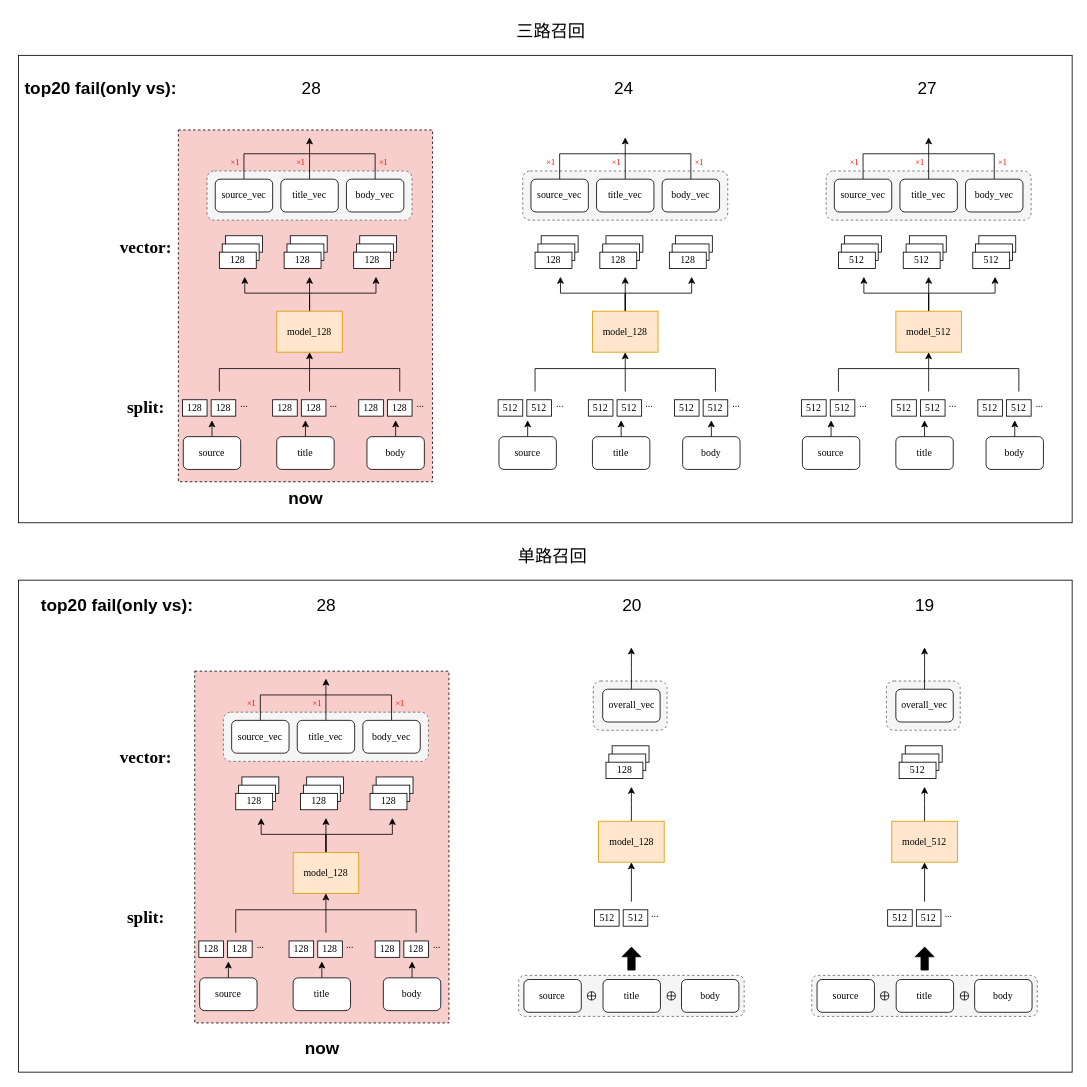
The draw.io diagram Paper replay/未命名绘图.drawio in kingkingofall/school_project, before the edit. Source tidied: cells renumbered, new cells numbered last; positions are measured from the earlier drawing's top-left corner, leaving out a move shared by most shapes. Both pictures are drawn from the tidied source at 82%, with x=0, y=0 at pixel (14, 14).
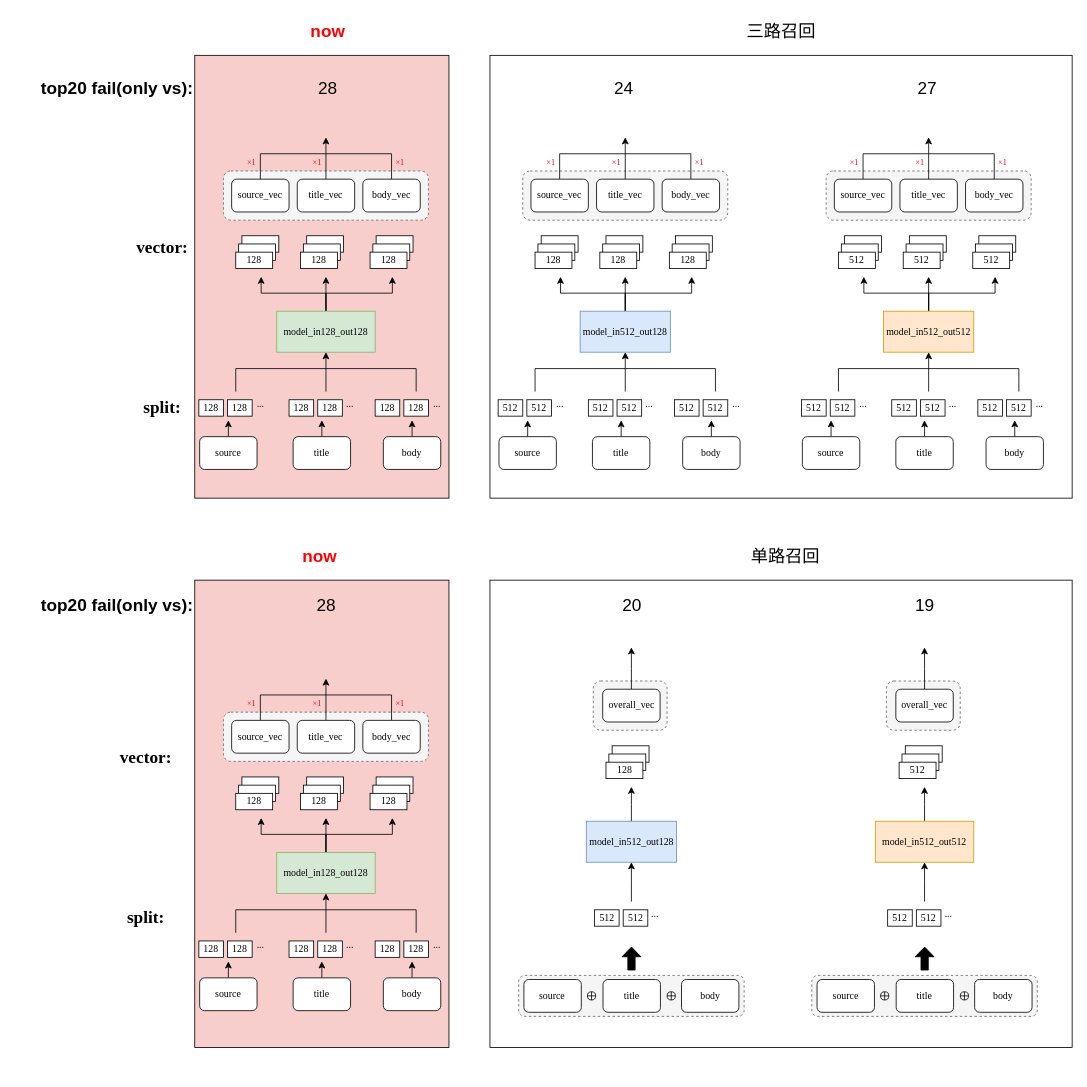
The same page after the edit.

Commit message:
更新未命名绘图.drawio

Change to the diagram source:
```diff
@@
     <mxCell id="2" style="rounded=0;whiteSpace=wrap;html=1;" parent="1" vertex="1">
-      <mxGeometry x="5" y="50" width="1285" height="570" as="geometry" />
+      <mxGeometry x="580" y="50" width="710" height="540" as="geometry" />
     </mxCell>
-    <mxCell id="3" style="rounded=0;whiteSpace=wrap;html=1;fillColor=#f8cecc;strokeColor=#000000;dashed=1;" parent="1" vertex="1">
-      <mxGeometry x="200" y="141" width="310" height="429" as="geometry" />
+    <mxCell id="3" style="rounded=0;whiteSpace=wrap;html=1;fillColor=#f8cecc;strokeColor=#000000;" parent="1" vertex="1">
+      <mxGeometry x="220" y="50" width="310" height="540" as="geometry" />
     </mxCell>
     <mxCell id="4" style="rounded=0;whiteSpace=wrap;html=1;" parent="1" vertex="1">
-      <mxGeometry x="5" y="690" width="1285" height="600" as="geometry" />
+      <mxGeometry x="580" y="690" width="710" height="570" as="geometry" />
     </mxCell>
@@
     <mxCell id="6" style="rounded=0;whiteSpace=wrap;html=1;fontFamily=Times New Roman;" parent="1" vertex="1">
-      <mxGeometry x="257.5" y="270" width="45" height="20" as="geometry" />
+      <mxGeometry x="277.5" y="270" width="45" height="20" as="geometry" />
     </mxCell>
     <mxCell id="7" style="rounded=0;whiteSpace=wrap;html=1;fontFamily=Times New Roman;" parent="1" vertex="1">
-      <mxGeometry x="253.5" y="280" width="45" height="20" as="geometry" />
+      <mxGeometry x="273.5" y="280" width="45" height="20" as="geometry" />
     </mxCell>
     <mxCell id="8" style="rounded=1;whiteSpace=wrap;html=1;fillColor=#f5f5f5;fontColor=#333333;strokeColor=#666666;dashed=1;fontFamily=Times New Roman;" parent="1" vertex="1">
-      <mxGeometry x="235" y="191" width="250" height="60" as="geometry" />
+      <mxGeometry x="255" y="191" width="250" height="60" as="geometry" />
     </mxCell>
     <mxCell id="9" style="edgeStyle=orthogonalEdgeStyle;rounded=0;jettySize=auto;html=1;fontFamily=Times New Roman;" parent="1" edge="1" source="10">
       <mxGeometry relative="1" as="geometry">
-        <mxPoint x="360" y="150" as="targetPoint" />
+        <mxPoint x="380" y="150" as="targetPoint" />
       </mxGeometry>
     </mxCell>
     <mxCell id="10" value="title_vec" style="rounded=1;whiteSpace=wrap;html=1;fontFamily=Times New Roman;" parent="1" vertex="1">
-      <mxGeometry x="325" y="201" width="70" height="40" as="geometry" />
+      <mxGeometry x="345" y="201" width="70" height="40" as="geometry" />
     </mxCell>
     <mxCell id="11" style="edgeStyle=orthogonalEdgeStyle;rounded=0;jettySize=auto;html=1;endArrow=none;endFill=0;fontFamily=Times New Roman;" parent="1" edge="1" source="12">
       <mxGeometry relative="1" as="geometry">
-        <mxPoint x="360" y="170" as="targetPoint" />
+        <mxPoint x="380" y="170" as="targetPoint" />
         <Array as="points">
-          <mxPoint x="280" y="170" />
+          <mxPoint x="300" y="170" />
         </Array>
       </mxGeometry>
     </mxCell>
     <mxCell id="12" value="source_vec" style="rounded=1;whiteSpace=wrap;html=1;fontFamily=Times New Roman;" parent="1" vertex="1">
-      <mxGeometry x="245" y="201" width="70" height="40" as="geometry" />
+      <mxGeometry x="265" y="201" width="70" height="40" as="geometry" />
     </mxCell>
     <mxCell id="13" style="edgeStyle=orthogonalEdgeStyle;rounded=0;jettySize=auto;html=1;endArrow=none;endFill=0;fontFamily=Times New Roman;" parent="1" edge="1" source="14">
       <mxGeometry relative="1" as="geometry">
-        <mxPoint x="360" y="170" as="targetPoint" />
+        <mxPoint x="380" y="170" as="targetPoint" />
         <Array as="points">
-          <mxPoint x="440" y="170" />
+          <mxPoint x="460" y="170" />
         </Array>
       </mxGeometry>
     </mxCell>
     <mxCell id="14" value="body_vec" style="rounded=1;whiteSpace=wrap;html=1;fontFamily=Times New Roman;" parent="1" vertex="1">
-      <mxGeometry x="405" y="201" width="70" height="40" as="geometry" />
+      <mxGeometry x="425" y="201" width="70" height="40" as="geometry" />
     </mxCell>
     <mxCell id="15" value="&lt;font style=&quot;font-size: 10px;&quot; color=&quot;#ff0000&quot;&gt;×1&lt;/font&gt;" style="text;html=1;align=center;verticalAlign=middle;strokeColor=none;fillColor=none;fontFamily=Times New Roman;" parent="1" vertex="1">
-      <mxGeometry x="254" y="165" width="30" height="30" as="geometry" />
+      <mxGeometry x="274" y="165" width="30" height="30" as="geometry" />
     </mxCell>
     <mxCell id="16" value="&lt;font style=&quot;font-size: 10px;&quot; color=&quot;#ff0000&quot;&gt;×1&lt;/font&gt;" style="text;html=1;align=center;verticalAlign=middle;strokeColor=none;fillColor=none;fontFamily=Times New Roman;" parent="1" vertex="1">
-      <mxGeometry x="334" y="165" width="30" height="30" as="geometry" />
+      <mxGeometry x="354" y="165" width="30" height="30" as="geometry" />
     </mxCell>
     <mxCell id="17" value="&lt;font style=&quot;font-size: 10px;&quot; color=&quot;#ff0000&quot;&gt;×1&lt;/font&gt;" style="text;html=1;align=center;verticalAlign=middle;strokeColor=none;fillColor=none;fontFamily=Times New Roman;" parent="1" vertex="1">
-      <mxGeometry x="435" y="165" width="30" height="30" as="geometry" />
+      <mxGeometry x="455" y="165" width="30" height="30" as="geometry" />
     </mxCell>
     <mxCell id="18" style="edgeStyle=orthogonalEdgeStyle;rounded=0;jettySize=auto;html=1;fontFamily=Times New Roman;" parent="1" edge="1" source="21">
       <mxGeometry relative="1" as="geometry">
-        <mxPoint x="281" y="320" as="targetPoint" />
+        <mxPoint x="301" y="320" as="targetPoint" />
         <Array as="points">
-          <mxPoint x="360" y="340" />
-          <mxPoint x="281" y="340" />
-          <mxPoint x="281" y="320" />
+          <mxPoint x="380" y="340" />
+          <mxPoint x="301" y="340" />
+          <mxPoint x="301" y="320" />
         </Array>
       </mxGeometry>
     </mxCell>
     <mxCell id="19" style="edgeStyle=orthogonalEdgeStyle;rounded=0;jettySize=auto;html=1;fontFamily=Times New Roman;" parent="1" edge="1" source="21">
       <mxGeometry relative="1" as="geometry">
-        <mxPoint x="360" y="320" as="targetPoint" />
+        <mxPoint x="380" y="320" as="targetPoint" />
       </mxGeometry>
     </mxCell>
     <mxCell id="20" style="edgeStyle=orthogonalEdgeStyle;rounded=0;jettySize=auto;html=1;fontFamily=Times New Roman;" parent="1" edge="1" source="21">
       <mxGeometry relative="1" as="geometry">
-        <mxPoint x="441" y="320" as="targetPoint" />
+        <mxPoint x="461" y="320" as="targetPoint" />
         <Array as="points">
-          <mxPoint x="360" y="340" />
-          <mxPoint x="441" y="340" />
-          <mxPoint x="441" y="320" />
+          <mxPoint x="380" y="340" />
+          <mxPoint x="461" y="340" />
+          <mxPoint x="461" y="320" />
         </Array>
       </mxGeometry>
     </mxCell>
-    <mxCell id="21" value="&lt;font&gt;model_128&lt;/font&gt;" style="rounded=0;whiteSpace=wrap;html=1;fillColor=#ffe6cc;strokeColor=#d79b00;fontFamily=Times New Roman;" parent="1" vertex="1">
-      <mxGeometry x="320" y="362" width="80" height="50" as="geometry" />
+    <mxCell id="21" value="&lt;font&gt;model_in128_out128&lt;/font&gt;" style="rounded=0;whiteSpace=wrap;html=1;fillColor=#d5e8d4;strokeColor=#82b366;fontFamily=Times New Roman;" parent="1" vertex="1">
+      <mxGeometry x="320" y="362" width="120" height="50" as="geometry" />
     </mxCell>
     <mxCell id="22" style="edgeStyle=orthogonalEdgeStyle;rounded=0;jettySize=auto;html=1;entryX=0.5;entryY=1;entryDx=0;entryDy=0;fontFamily=Times New Roman;" parent="1" edge="1" target="21">
       <mxGeometry relative="1" as="geometry">
-        <mxPoint x="360" y="460" as="sourcePoint" />
+        <mxPoint x="380" y="460" as="sourcePoint" />
         <Array as="points">
-          <mxPoint x="360" y="436" />
-          <mxPoint x="360" y="436" />
+          <mxPoint x="380" y="436" />
+          <mxPoint x="380" y="436" />
         </Array>
       </mxGeometry>
     </mxCell>
     <mxCell id="23" style="edgeStyle=orthogonalEdgeStyle;rounded=0;jettySize=auto;html=1;fontFamily=Times New Roman;" parent="1" edge="1" source="24">
       <mxGeometry relative="1" as="geometry">
-        <mxPoint x="355" y="495" as="targetPoint" />
+        <mxPoint x="375" y="495" as="targetPoint" />
       </mxGeometry>
     </mxCell>
     <mxCell id="24" value="title" style="rounded=1;whiteSpace=wrap;html=1;fontFamily=Times New Roman;" parent="1" vertex="1">
-      <mxGeometry x="320" y="515" width="70" height="40" as="geometry" />
+      <mxGeometry x="340" y="515" width="70" height="40" as="geometry" />
     </mxCell>
     <mxCell id="25" style="edgeStyle=orthogonalEdgeStyle;rounded=0;orthogonalLoop=1;jettySize=auto;html=1;endArrow=none;endFill=0;fontFamily=Times New Roman;" parent="1" edge="1">
       <mxGeometry relative="1" as="geometry">
-        <mxPoint x="250" y="460" as="sourcePoint" />
-        <mxPoint x="360" y="432" as="targetPoint" />
+        <mxPoint x="270" y="460" as="sourcePoint" />
+        <mxPoint x="380" y="432" as="targetPoint" />
         <Array as="points">
-          <mxPoint x="250" y="460" />
-          <mxPoint x="250" y="432" />
+          <mxPoint x="270" y="460" />
+          <mxPoint x="270" y="432" />
         </Array>
       </mxGeometry>
     </mxCell>
     <mxCell id="26" style="edgeStyle=orthogonalEdgeStyle;rounded=0;jettySize=auto;html=1;fontFamily=Times New Roman;" parent="1" edge="1" source="27">
       <mxGeometry relative="1" as="geometry">
-        <mxPoint x="241" y="495" as="targetPoint" />
+        <mxPoint x="261" y="495" as="targetPoint" />
       </mxGeometry>
     </mxCell>
     <mxCell id="27" value="source" style="rounded=1;whiteSpace=wrap;html=1;fontFamily=Times New Roman;" parent="1" vertex="1">
-      <mxGeometry x="206" y="515" width="70" height="40" as="geometry" />
+      <mxGeometry x="226" y="515" width="70" height="40" as="geometry" />
     </mxCell>
     <mxCell id="28" style="edgeStyle=orthogonalEdgeStyle;rounded=0;orthogonalLoop=1;jettySize=auto;html=1;endArrow=none;endFill=0;fontFamily=Times New Roman;" parent="1" edge="1">
       <mxGeometry relative="1" as="geometry">
-        <mxPoint x="470" y="460" as="sourcePoint" />
-        <mxPoint x="360" y="432" as="targetPoint" />
+        <mxPoint x="490" y="460" as="sourcePoint" />
+        <mxPoint x="380" y="432" as="targetPoint" />
         <Array as="points">
-          <mxPoint x="470" y="460" />
-          <mxPoint x="470" y="432" />
+          <mxPoint x="490" y="460" />
+          <mxPoint x="490" y="432" />
         </Array>
       </mxGeometry>
     </mxCell>
     <mxCell id="29" style="edgeStyle=orthogonalEdgeStyle;rounded=0;jettySize=auto;html=1;fontFamily=Times New Roman;" parent="1" edge="1" source="30">
       <mxGeometry relative="1" as="geometry">
-        <mxPoint x="465" y="495" as="targetPoint" />
+        <mxPoint x="485" y="495" as="targetPoint" />
       </mxGeometry>
     </mxCell>
     <mxCell id="30" value="body" style="rounded=1;whiteSpace=wrap;html=1;fontFamily=Times New Roman;" parent="1" vertex="1">
-      <mxGeometry x="430" y="515" width="70" height="40" as="geometry" />
+      <mxGeometry x="450" y="515" width="70" height="40" as="geometry" />
     </mxCell>
     <mxCell id="31" value="128" style="rounded=0;whiteSpace=wrap;html=1;fontFamily=Times New Roman;" parent="1" vertex="1">
-      <mxGeometry x="250" y="290" width="45" height="20" as="geometry" />
+      <mxGeometry x="270" y="290" width="45" height="20" as="geometry" />
     </mxCell>
     <mxCell id="32" value="128" style="rounded=0;whiteSpace=wrap;html=1;fontFamily=Times New Roman;" parent="1" vertex="1">
-      <mxGeometry x="205" y="470" width="30" height="20" as="geometry" />
+      <mxGeometry x="225" y="470" width="30" height="20" as="geometry" />
     </mxCell>
     <mxCell id="33" value="128" style="rounded=0;whiteSpace=wrap;html=1;fontFamily=Times New Roman;" parent="1" vertex="1">
-      <mxGeometry x="240" y="470" width="30" height="20" as="geometry" />
+      <mxGeometry x="260" y="470" width="30" height="20" as="geometry" />
     </mxCell>
     <mxCell id="34" value="..." style="text;html=1;align=center;verticalAlign=middle;strokeColor=none;fillColor=none;fontFamily=Times New Roman;" parent="1" vertex="1">
-      <mxGeometry x="265" y="460" width="30" height="30" as="geometry" />
+      <mxGeometry x="285" y="460" width="30" height="30" as="geometry" />
     </mxCell>
     <mxCell id="35" value="128" style="rounded=0;whiteSpace=wrap;html=1;fontFamily=Times New Roman;" parent="1" vertex="1">
-      <mxGeometry x="315" y="470" width="30" height="20" as="geometry" />
+      <mxGeometry x="335" y="470" width="30" height="20" as="geometry" />
     </mxCell>
     <mxCell id="36" value="128" style="rounded=0;whiteSpace=wrap;html=1;fontFamily=Times New Roman;" parent="1" vertex="1">
-      <mxGeometry x="350" y="470" width="30" height="20" as="geometry" />
+      <mxGeometry x="370" y="470" width="30" height="20" as="geometry" />
     </mxCell>
     <mxCell id="37" value="..." style="text;html=1;align=center;verticalAlign=middle;strokeColor=none;fillColor=none;fontFamily=Times New Roman;" parent="1" vertex="1">
-      <mxGeometry x="373.5" y="460" width="30" height="30" as="geometry" />
+      <mxGeometry x="393.5" y="460" width="30" height="30" as="geometry" />
     </mxCell>
     <mxCell id="38" value="128" style="rounded=0;whiteSpace=wrap;html=1;fontFamily=Times New Roman;" parent="1" vertex="1">
-      <mxGeometry x="420" y="470" width="30" height="20" as="geometry" />
+      <mxGeometry x="440" y="470" width="30" height="20" as="geometry" />
     </mxCell>
     <mxCell id="39" value="128" style="rounded=0;whiteSpace=wrap;html=1;fontFamily=Times New Roman;" parent="1" vertex="1">
-      <mxGeometry x="455" y="470" width="30" height="20" as="geometry" />
+      <mxGeometry x="475" y="470" width="30" height="20" as="geometry" />
     </mxCell>
     <mxCell id="40" value="..." style="text;html=1;align=center;verticalAlign=middle;strokeColor=none;fillColor=none;fontFamily=Times New Roman;" parent="1" vertex="1">
-      <mxGeometry x="480" y="460" width="30" height="30" as="geometry" />
+      <mxGeometry x="500" y="460" width="30" height="30" as="geometry" />
     </mxCell>
     <mxCell id="41" value="&lt;b style=&quot;font-size: 21px;&quot;&gt;split:&lt;/b&gt;" style="text;html=1;align=center;verticalAlign=middle;strokeColor=none;fillColor=none;fontFamily=Times New Roman;fontSize=21;" parent="1" vertex="1">
-      <mxGeometry x="125" y="460" width="70" height="40" as="geometry" />
+      <mxGeometry x="145" y="460" width="70" height="40" as="geometry" />
     </mxCell>
     <mxCell id="42" value="&lt;b style=&quot;font-size: 21px;&quot;&gt;vector:&lt;/b&gt;" style="text;html=1;align=center;verticalAlign=middle;strokeColor=none;fillColor=none;fontFamily=Times New Roman;fontSize=21;" parent="1" vertex="1">
-      <mxGeometry x="115" y="265" width="90" height="40" as="geometry" />
+      <mxGeometry x="135" y="265" width="90" height="40" as="geometry" />
     </mxCell>
     <mxCell id="43" style="rounded=0;whiteSpace=wrap;html=1;fontFamily=Times New Roman;" parent="1" vertex="1">
-      <mxGeometry x="336.5" y="270" width="45" height="20" as="geometry" />
+      <mxGeometry x="356.5" y="270" width="45" height="20" as="geometry" />
     </mxCell>
     <mxCell id="44" style="rounded=0;whiteSpace=wrap;html=1;fontFamily=Times New Roman;" parent="1" vertex="1">
-      <mxGeometry x="332.5" y="280" width="45" height="20" as="geometry" />
+      <mxGeometry x="352.5" y="280" width="45" height="20" as="geometry" />
     </mxCell>
     <mxCell id="45" value="128" style="rounded=0;whiteSpace=wrap;html=1;fontFamily=Times New Roman;" parent="1" vertex="1">
-      <mxGeometry x="329" y="290" width="45" height="20" as="geometry" />
+      <mxGeometry x="349" y="290" width="45" height="20" as="geometry" />
     </mxCell>
     <mxCell id="46" style="rounded=0;whiteSpace=wrap;html=1;fontFamily=Times New Roman;" parent="1" vertex="1">
-      <mxGeometry x="421.2" y="270" width="45" height="20" as="geometry" />
+      <mxGeometry x="441.2" y="270" width="45" height="20" as="geometry" />
     </mxCell>
     <mxCell id="47" style="rounded=0;whiteSpace=wrap;html=1;fontFamily=Times New Roman;" parent="1" vertex="1">
-      <mxGeometry x="417.2" y="280" width="45" height="20" as="geometry" />
+      <mxGeometry x="437.2" y="280" width="45" height="20" as="geometry" />
     </mxCell>
     <mxCell id="48" value="128" style="rounded=0;whiteSpace=wrap;html=1;fontFamily=Times New Roman;" parent="1" vertex="1">
-      <mxGeometry x="413.8" y="290" width="45" height="20" as="geometry" />
+      <mxGeometry x="433.8" y="290" width="45" height="20" as="geometry" />
     </mxCell>
@@
-    <mxCell id="64" value="&lt;font&gt;model_128&lt;/font&gt;" style="rounded=0;whiteSpace=wrap;html=1;fillColor=#ffe6cc;strokeColor=#d79b00;fontFamily=Times New Roman;" parent="1" vertex="1">
-      <mxGeometry x="705" y="362" width="80" height="50" as="geometry" />
+    <mxCell id="64" value="&lt;font&gt;model_in512_out128&lt;/font&gt;" style="rounded=0;whiteSpace=wrap;html=1;fillColor=#dae8fc;strokeColor=#6c8ebf;fontFamily=Times New Roman;" parent="1" vertex="1">
+      <mxGeometry x="690" y="362" width="110" height="50" as="geometry" />
     </mxCell>
@@
-    <mxCell id="105" value="&lt;font&gt;model_512&lt;/font&gt;" style="rounded=0;whiteSpace=wrap;html=1;fillColor=#ffe6cc;strokeColor=#d79b00;fontFamily=Times New Roman;" parent="1" vertex="1">
-      <mxGeometry x="1075" y="362" width="80" height="50" as="geometry" />
+    <mxCell id="105" value="&lt;font&gt;model_in512_out512&lt;/font&gt;" style="rounded=0;whiteSpace=wrap;html=1;fillColor=#ffe6cc;strokeColor=#d79b00;fontFamily=Times New Roman;" parent="1" vertex="1">
+      <mxGeometry x="1060" y="362" width="110" height="50" as="geometry" />
     </mxCell>
@@
-    <mxCell id="135" value="&lt;font&gt;model_128&lt;/font&gt;" style="rounded=0;whiteSpace=wrap;html=1;fillColor=#ffe6cc;strokeColor=#d79b00;fontFamily=Times New Roman;" parent="1" vertex="1">
-      <mxGeometry x="712.5" y="984" width="80" height="50" as="geometry" />
+    <mxCell id="135" value="&lt;font&gt;model_in512_out128&lt;/font&gt;" style="rounded=0;whiteSpace=wrap;html=1;fillColor=#dae8fc;strokeColor=#6c8ebf;fontFamily=Times New Roman;" parent="1" vertex="1">
+      <mxGeometry x="697.5" y="984" width="110" height="50" as="geometry" />
     </mxCell>
@@
-    <mxCell id="154" value="&lt;font&gt;model_512&lt;/font&gt;" style="rounded=0;whiteSpace=wrap;html=1;fillColor=#ffe6cc;strokeColor=#d79b00;fontFamily=Times New Roman;" parent="1" vertex="1">
-      <mxGeometry x="1070" y="984" width="80" height="50" as="geometry" />
+    <mxCell id="154" value="&lt;font&gt;model_in512_out512&lt;/font&gt;" style="rounded=0;whiteSpace=wrap;html=1;fillColor=#ffe6cc;strokeColor=#d79b00;fontFamily=Times New Roman;" parent="1" vertex="1">
+      <mxGeometry x="1050" y="984" width="120" height="50" as="geometry" />
     </mxCell>
@@
     <mxCell id="170" value="&lt;font style=&quot;font-size: 21px;&quot;&gt;&lt;b&gt;top20 fail(only vs):&lt;br&gt;&lt;/b&gt;&lt;/font&gt;" style="text;html=1;align=center;verticalAlign=middle;strokeColor=none;fillColor=none;" parent="1" vertex="1">
-      <mxGeometry y="70" width="210" height="40" as="geometry" />
+      <mxGeometry x="20" y="70" width="210" height="40" as="geometry" />
     </mxCell>
@@
     <mxCell id="172" value="&lt;font style=&quot;font-size: 21px;&quot;&gt;28&lt;/font&gt;" style="text;html=1;align=center;verticalAlign=middle;strokeColor=none;fillColor=none;" parent="1" vertex="1">
-      <mxGeometry x="336.5" y="70" width="50" height="40" as="geometry" />
+      <mxGeometry x="356.5" y="70" width="50" height="40" as="geometry" />
     </mxCell>
@@
     <mxCell id="177" value="&lt;font style=&quot;font-size: 21px;&quot;&gt;三路召回&lt;br&gt;&lt;/font&gt;" style="text;html=1;align=center;verticalAlign=middle;strokeColor=none;fillColor=none;" parent="1" vertex="1">
-      <mxGeometry x="598.9" width="110" height="40" as="geometry" />
+      <mxGeometry x="880" width="110" height="40" as="geometry" />
     </mxCell>
     <mxCell id="178" value="&lt;font style=&quot;font-size: 21px;&quot;&gt;单路召回&lt;/font&gt;" style="text;html=1;align=center;verticalAlign=middle;strokeColor=none;fillColor=none;" parent="1" vertex="1">
-      <mxGeometry x="601.4" y="640" width="110" height="40" as="geometry" />
+      <mxGeometry x="885" y="640" width="110" height="40" as="geometry" />
     </mxCell>
-    <mxCell id="179" style="rounded=0;whiteSpace=wrap;html=1;fillColor=#f8cecc;strokeColor=#000000;dashed=1;" parent="1" vertex="1">
-      <mxGeometry x="220" y="801" width="310" height="429" as="geometry" />
+    <mxCell id="179" style="rounded=0;whiteSpace=wrap;html=1;fillColor=#f8cecc;strokeColor=#000000;" parent="1" vertex="1">
+      <mxGeometry x="220" y="690" width="310" height="570" as="geometry" />
     </mxCell>
@@
-    <mxCell id="195" value="&lt;font&gt;model_128&lt;/font&gt;" style="rounded=0;whiteSpace=wrap;html=1;fillColor=#ffe6cc;strokeColor=#d79b00;fontFamily=Times New Roman;" parent="1" vertex="1">
-      <mxGeometry x="340" y="1022" width="80" height="50" as="geometry" />
+    <mxCell id="195" value="&lt;font&gt;model_in128_out128&lt;/font&gt;" style="rounded=0;whiteSpace=wrap;html=1;fillColor=#d5e8d4;strokeColor=#82b366;fontFamily=Times New Roman;" parent="1" vertex="1">
+      <mxGeometry x="320" y="1022" width="120" height="50" as="geometry" />
     </mxCell>
@@
-    <mxCell id="222" value="&lt;font style=&quot;font-size: 21px;&quot;&gt;&lt;b&gt;now&lt;br&gt;&lt;/b&gt;&lt;/font&gt;" style="text;html=1;align=center;verticalAlign=middle;strokeColor=none;fillColor=none;" parent="1" vertex="1">
-      <mxGeometry x="340" y="1240" width="70" height="40" as="geometry" />
+    <mxCell id="222" value="&lt;font color=&quot;#ff0000&quot; style=&quot;font-size: 21px;&quot;&gt;&lt;b&gt;now&lt;br&gt;&lt;/b&gt;&lt;/font&gt;" style="text;html=1;align=center;verticalAlign=middle;strokeColor=none;fillColor=none;" parent="1" vertex="1">
+      <mxGeometry x="336.5" y="640" width="70" height="40" as="geometry" />
     </mxCell>
-    <mxCell id="223" value="&lt;font style=&quot;font-size: 21px;&quot;&gt;&lt;b&gt;now&lt;br&gt;&lt;/b&gt;&lt;/font&gt;" style="text;html=1;align=center;verticalAlign=middle;strokeColor=none;fillColor=none;" parent="1" vertex="1">
-      <mxGeometry x="320" y="570" width="70" height="40" as="geometry" />
+    <mxCell id="223" value="&lt;font color=&quot;#ff0000&quot; style=&quot;font-size: 21px;&quot;&gt;&lt;b&gt;now&lt;br&gt;&lt;/b&gt;&lt;/font&gt;" style="text;html=1;align=center;verticalAlign=middle;strokeColor=none;fillColor=none;" parent="1" vertex="1">
+      <mxGeometry x="346.5" width="70" height="40" as="geometry" />
     </mxCell>
```
